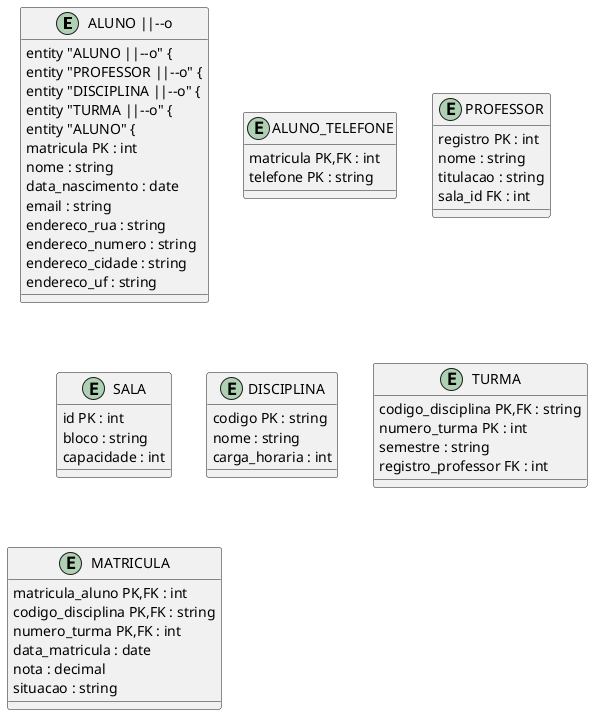
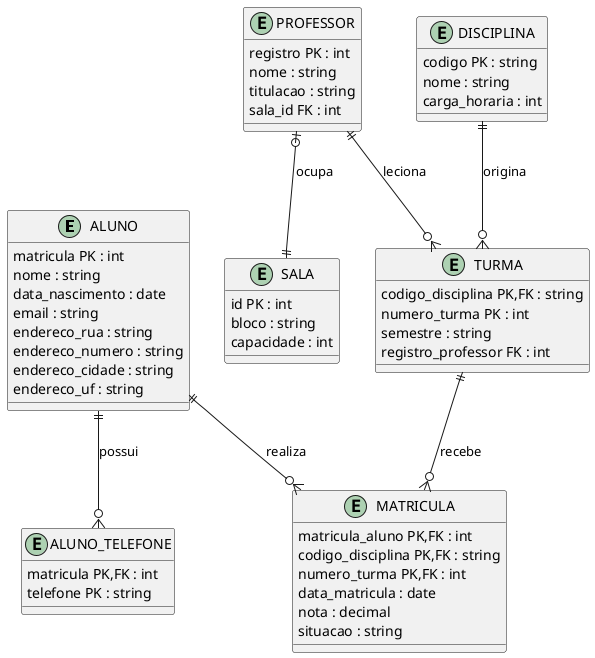
@startuml
' Convertido de: BD-07-MapeamentoLogico.mmd
' Visualizar em: https://plantuml.com/

- ' ER Diagram - PlantUML nao suporta nativamente erDiagram
- ' Use a sintaxe class ou object para representar entidades
+ ' ER Diagram - notacao Crow's Foot (entity + relacionamentos)

- entity "ALUNO ||--o" {
- entity "ALUNO ||--o" {
- ' relationship: PROFESSOR |o--|| SALA : ocupa
- entity "PROFESSOR ||--o" {
- entity "DISCIPLINA ||--o" {
- entity "TURMA ||--o" {
entity "ALUNO" {
  matricula PK : int
  nome : string
  data_nascimento : date
  email : string
  endereco_rua : string
  endereco_numero : string
  endereco_cidade : string
  endereco_uf : string
}
entity "ALUNO_TELEFONE" {
  matricula PK,FK : int
  telefone PK : string
}
entity "PROFESSOR" {
  registro PK : int
  nome : string
  titulacao : string
  sala_id FK : int
}
entity "SALA" {
  id PK : int
  bloco : string
  capacidade : int
}
entity "DISCIPLINA" {
  codigo PK : string
  nome : string
  carga_horaria : int
}
entity "TURMA" {
  codigo_disciplina PK,FK : string
  numero_turma PK : int
  semestre : string
  registro_professor FK : int
}
entity "MATRICULA" {
  matricula_aluno PK,FK : int
  codigo_disciplina PK,FK : string
  numero_turma PK,FK : int
  data_matricula : date
  nota : decimal
  situacao : string
}
- @enduml+ ALUNO ||--o{ ALUNO_TELEFONE : possui
+ ALUNO ||--o{ MATRICULA : realiza
+ PROFESSOR |o--|| SALA : ocupa
+ PROFESSOR ||--o{ TURMA : leciona
+ DISCIPLINA ||--o{ TURMA : origina
+ TURMA ||--o{ MATRICULA : recebe
+ @enduml
